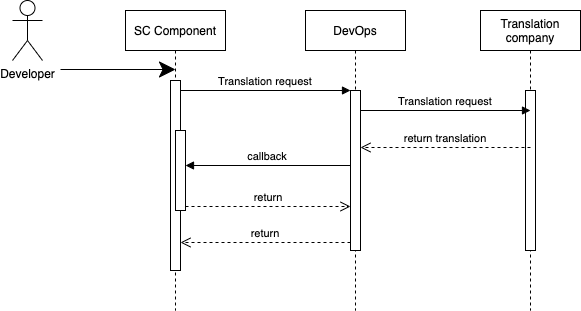
Earlier version of the draw.io export zDifferent/SC/Translation.drawio.png (smitbmx/Architecture-Diagrams). Source tidied: cells renumbered, new cells last; positions are measured from the earlier drawing's top-left corner, leaving out a move shared by most shapes.
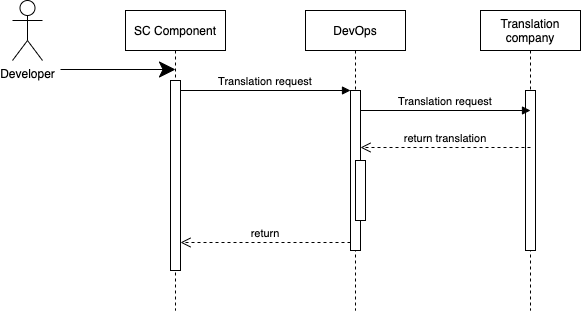
The same diagram one commit later.

Change to the diagram source:
```diff
@@ -8,30 +8,21 @@
     <mxCell id="3" style="points=[];perimeter=orthogonalPerimeter;rounded=0;shadow=0;strokeWidth=1;" parent="2" vertex="1">
       <mxGeometry x="45" y="70" width="10" height="190" as="geometry" />
     </mxCell>
-    <mxCell id="4" style="points=[];perimeter=orthogonalPerimeter;rounded=0;shadow=0;strokeWidth=1;" parent="2" vertex="1">
-      <mxGeometry x="50" y="120" width="10" height="80" as="geometry" />
-    </mxCell>
     <mxCell id="5" value="DevOps" style="shape=umlLifeline;perimeter=lifelinePerimeter;rounded=0;shadow=0;strokeWidth=1;" parent="1" vertex="1">
       <mxGeometry x="293" y="10" width="100" height="300" as="geometry" />
     </mxCell>
     <mxCell id="6" style="points=[];perimeter=orthogonalPerimeter;rounded=0;shadow=0;strokeWidth=1;" parent="5" vertex="1">
       <mxGeometry x="45" y="80" width="10" height="160" as="geometry" />
     </mxCell>
+    <mxCell id="17" style="perimeter=orthogonalPerimeter;rounded=0;shadow=0;strokeWidth=1;" parent="5" vertex="1">
+      <mxGeometry x="50" y="150" width="10" height="60" as="geometry" />
+    </mxCell>
     <mxCell id="7" value="return" style="verticalAlign=bottom;endArrow=open;dashed=1;endSize=8;exitX=0;exitY=0.95;shadow=0;strokeWidth=1;" parent="1" edge="1" source="6" target="3">
       <mxGeometry relative="1" as="geometry" />
     </mxCell>
     <mxCell id="8" value="Translation request" style="verticalAlign=bottom;endArrow=block;entryX=0;entryY=0;shadow=0;strokeWidth=1;" parent="1" edge="1" source="3" target="6">
       <mxGeometry relative="1" as="geometry" />
     </mxCell>
-    <mxCell id="9" value="callback" style="verticalAlign=bottom;endArrow=block;entryX=1;entryY=0;shadow=0;strokeWidth=1;" parent="1" edge="1">
-      <mxGeometry relative="1" as="geometry">
-        <mxPoint x="338" y="165" as="sourcePoint" />
-        <mxPoint x="173" y="165" as="targetPoint" />
-      </mxGeometry>
-    </mxCell>
-    <mxCell id="10" value="return" style="verticalAlign=bottom;endArrow=open;dashed=1;endSize=8;exitX=1;exitY=0.95;shadow=0;strokeWidth=1;" parent="1" edge="1" source="4" target="6">
-      <mxGeometry relative="1" as="geometry" />
-    </mxCell>
     <mxCell id="11" value="Translation &#10;company" style="shape=umlLifeline;perimeter=lifelinePerimeter;rounded=0;shadow=0;strokeWidth=1;" parent="1" vertex="1">
       <mxGeometry x="468" y="10" width="100" height="300" as="geometry" />
     </mxCell>
```
